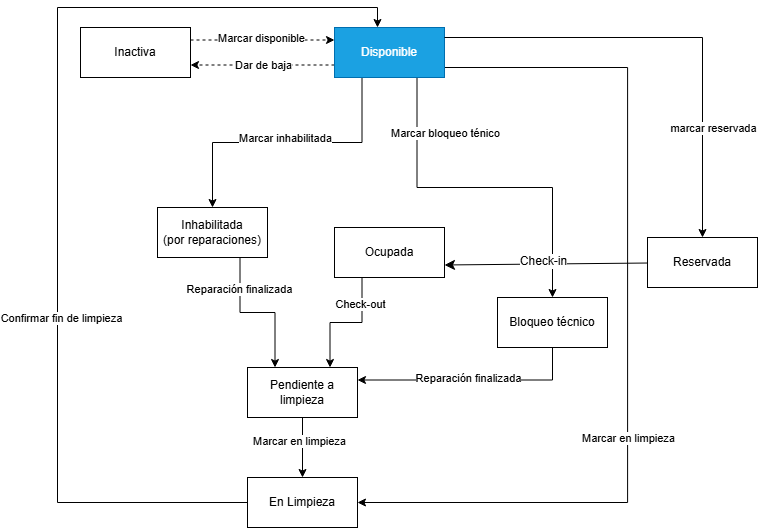
Above: documentos/diagramas/maquina-de-estados.png in MirianMarriaga/hospitua-module-1 (draw.io), before the change. Source tidied: cells renumbered, new cells last; positions are measured from the earlier drawing's top-left corner, leaving out a move shared by most shapes.
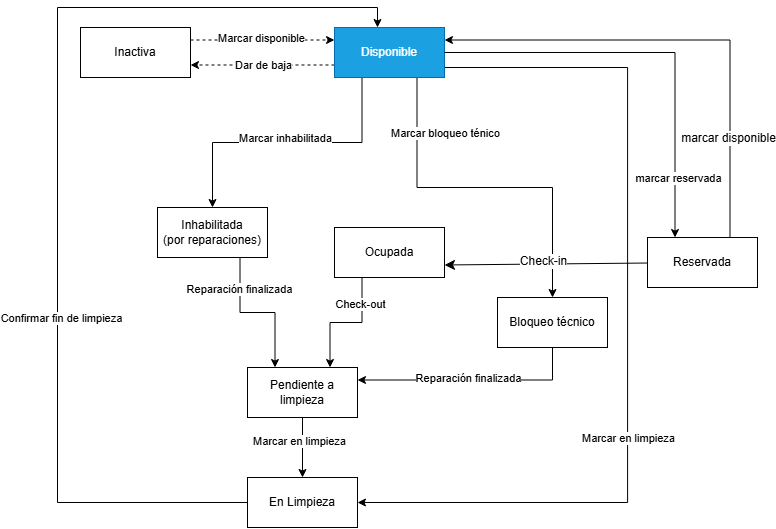
After the commit.

Commit message:
docs(diagramas): sincronizar diagramas oficiales de integracion y estados

Change to the diagram source:
```diff
@@ -120,17 +120,29 @@
     <mxCell id="31" value="Reservada" style="html=1;whiteSpace=wrap;" parent="1" vertex="1">
       <mxGeometry x="590" y="230" width="110" height="50" as="geometry" />
     </mxCell>
-    <mxCell id="32" style="edgeStyle=orthogonalEdgeStyle;rounded=0;jettySize=auto;html=1;entryX=0.5;entryY=0;entryDx=0;entryDy=0;" parent="1" edge="1" source="13" target="31">
-      <mxGeometry relative="1" as="geometry">
+    <mxCell id="32" style="edgeStyle=orthogonalEdgeStyle;rounded=0;jettySize=auto;html=1;entryX=0.25;entryY=0;entryDx=0;entryDy=0;exitX=1;exitY=0.5;exitDx=0;exitDy=0;" parent="1" edge="1" source="13" target="31">
+      <mxGeometry x="0.08" relative="1" as="geometry">
         <Array as="points">
-          <mxPoint x="645" y="30" />
+          <mxPoint x="617.5" y="45" />
         </Array>
       </mxGeometry>
     </mxCell>
+    <mxCell id="34" style="edgeStyle=orthogonalEdgeStyle;rounded=0;jettySize=auto;html=1;entryX=1;entryY=0.25;entryDx=0;entryDy=0;" parent="1" edge="1" source="31" target="13">
+      <mxGeometry x="-0.24" relative="1" as="geometry">
+        <Array as="points">
+          <mxPoint x="672.5" y="32.5" />
+        </Array>
+      </mxGeometry>
+    </mxCell>
-    <mxCell id="33" value="marcar reservada" style="edgeLabel;html=1;align=center;verticalAlign=middle;" parent="32" vertex="1">
-      <mxGeometry x="-0.01" y="-1" relative="1" as="geometry">
-        <mxPoint x="42" y="89" as="offset" />
+    <mxCell id="33" value="marcar reservada" style="edgeLabel;html=1;align=center;verticalAlign=middle;" parent="34" vertex="1">
+      <mxGeometry x="-0.25" y="-1" relative="1" as="geometry">
+        <mxPoint x="-53" y="120" as="offset" />
       </mxGeometry>
     </mxCell>
+    <mxCell id="35" value="marcar disponible" style="edgeLabel;html=1;align=center;verticalAlign=middle;fontSize=12;" parent="34" vertex="1">
+      <mxGeometry x="-0.48" y="2" relative="1" as="geometry">
+        <mxPoint y="27" as="offset" />
+      </mxGeometry>
+    </mxCell>
   </root>
 </mxGraphModel>
```
